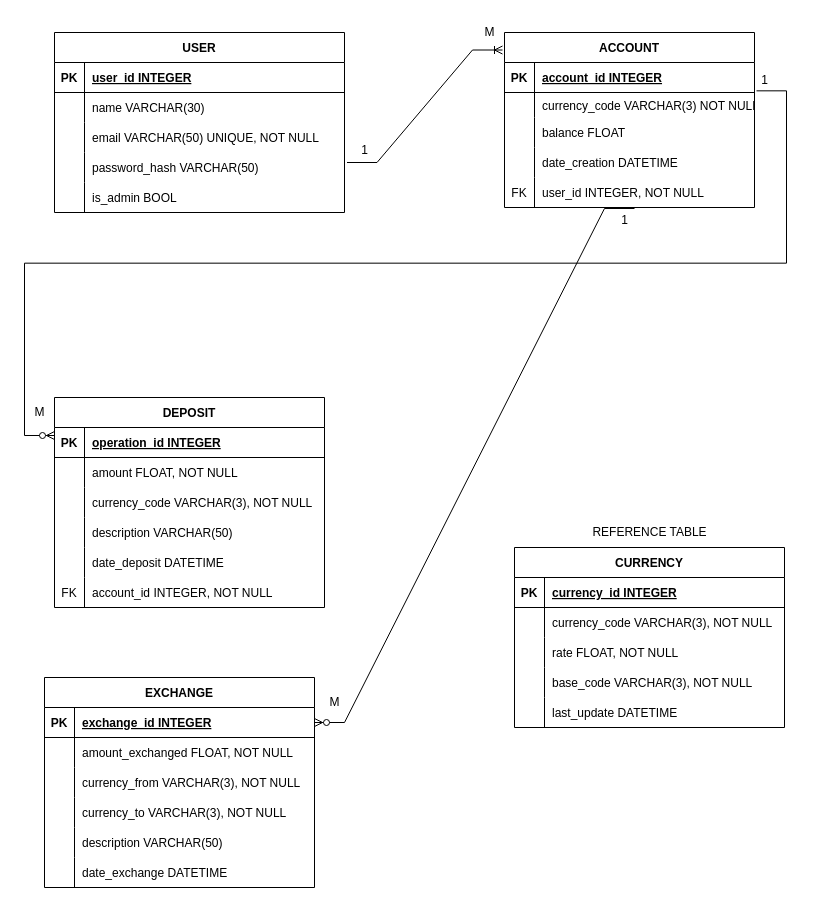
Earlier version of the draw.io diagram Currency_exchange.drawio (danilo90lan/API_Web_Server_Currency_Exchange). Source tidied: cells renumbered, new cells numbered last; positions are measured from the earlier drawing's top-left corner, leaving out a move shared by most shapes. Both pictures are drawn from the tidied source at 100%, with x=0, y=0 at pixel (24, 17).
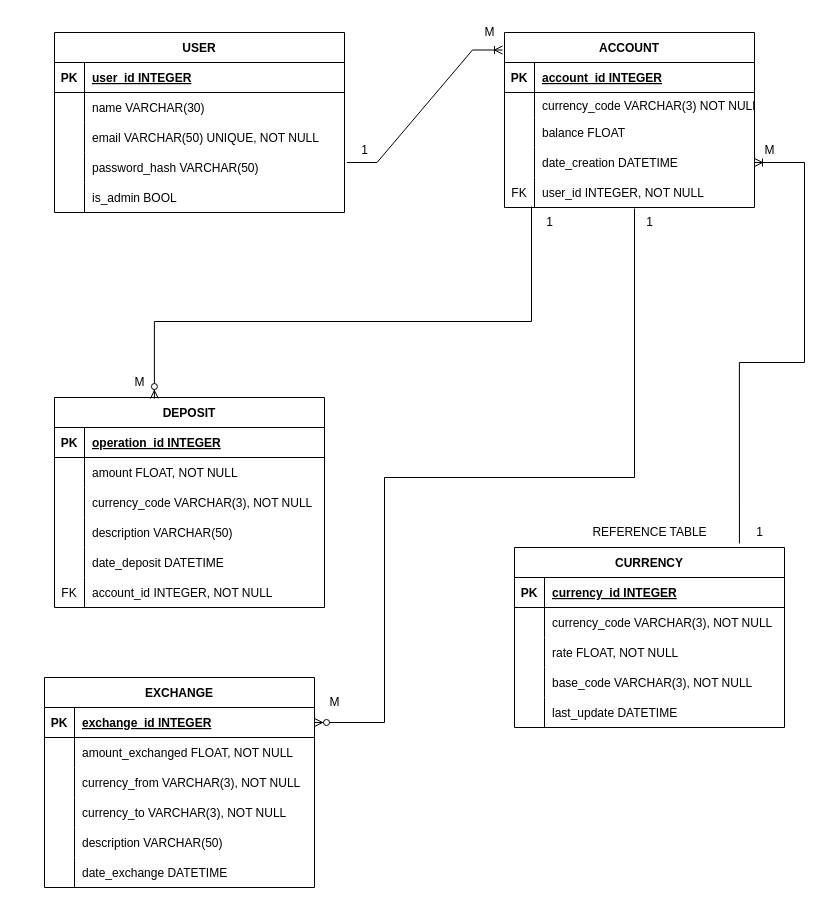
After the change.

The change refers to these unchanged cells:
```xml
<mxCell id="22" style="shape=partialRectangle;fillColor=none;points=[[0,0.5],[1,0.5]];portConstraint=eastwest;top=0;left=0;right=0;bottom=0;" parent="18" vertex="1">
  <mxGeometry y="60" width="250" height="25" as="geometry" />
</mxCell>
<mxCell id="28" style="shape=partialRectangle;fillColor=none;points=[[0,0.5],[1,0.5]];portConstraint=eastwest;top=0;left=0;right=0;bottom=0;" parent="18" vertex="1">
  <mxGeometry y="115" width="250" height="30" as="geometry" />
</mxCell>
<mxCell id="31" style="shape=partialRectangle;fillColor=none;points=[[0,0.5],[1,0.5]];portConstraint=eastwest;top=0;left=0;right=0;bottom=0;" parent="18" vertex="1">
  <mxGeometry y="145" width="250" height="30" as="geometry" />
</mxCell>
<mxCell id="34" value="DEPOSIT" style="shape=table;startSize=30;childLayout=tableLayout;rowLines=0;fontStyle=1;align=center;" parent="1" vertex="1">
  <mxGeometry x="30" y="380" width="270" height="210" as="geometry" />
</mxCell>
<mxCell id="54" style="shape=partialRectangle;fillColor=none;points=[[0,0.5],[1,0.5]];portConstraint=eastwest;top=0;left=0;right=0;bottom=1;" parent="53" vertex="1">
  <mxGeometry y="30" width="270" height="30" as="geometry" />
</mxCell>
<mxCell id="78" value="CURRENCY" style="shape=table;startSize=30;childLayout=tableLayout;rowLines=0;fontStyle=1;align=center;" parent="1" vertex="1">
  <mxGeometry x="490" y="530" width="270" height="180" as="geometry" />
</mxCell>
```

Diff of the diagram source:
```diff
@@
-    <mxCell id="73" style="edgeStyle=entityRelationEdgeStyle;fontSize=12;html=1;endArrow=ERzeroToMany;endFill=1;rounded=0;exitX=1.008;exitY=-0.067;exitDx=0;exitDy=0;exitPerimeter=0;" parent="1" edge="1" source="22">
+    <mxCell id="73" style="edgeStyle=orthogonalEdgeStyle;fontSize=12;html=1;endArrow=ERzeroToMany;endFill=1;rounded=0;exitX=0.108;exitY=0.967;exitDx=0;exitDy=0;exitPerimeter=0;entryX=0.37;entryY=0.005;entryDx=0;entryDy=0;entryPerimeter=0;" parent="1" edge="1" source="31" target="34">
       <mxGeometry relative="1" as="geometry">
-        <mxPoint x="30" y="418" as="targetPoint" />
         <Array as="points">
-          <mxPoint x="480" y="93" />
-          <mxPoint x="450" y="193" />
+          <mxPoint x="507" y="304" />
+          <mxPoint x="130" y="304" />
         </Array>
       </mxGeometry>
     </mxCell>
@@
     <mxCell id="76" value="M" style="text;html=1;align=center;verticalAlign=middle;strokeColor=none;fillColor=none;" parent="1" vertex="1">
-      <mxGeometry y="380" width="30" height="30" as="geometry" />
+      <mxGeometry x="100" y="350" width="30" height="30" as="geometry" />
     </mxCell>
     <mxCell id="77" value="1" style="text;html=1;align=center;verticalAlign=middle;strokeColor=none;fillColor=none;" parent="1" vertex="1">
-      <mxGeometry x="725" y="48" width="30" height="30" as="geometry" />
+      <mxGeometry x="510" y="190" width="30" height="30" as="geometry" />
     </mxCell>
@@
-    <mxCell id="95" style="edgeStyle=entityRelationEdgeStyle;fontSize=12;html=1;endArrow=ERzeroToMany;endFill=1;rounded=0;entryX=1;entryY=0.5;entryDx=0;entryDy=0;exitX=0.52;exitY=1.033;exitDx=0;exitDy=0;exitPerimeter=0;" parent="1" edge="1" source="31" target="54">
+    <mxCell id="95" style="edgeStyle=orthogonalEdgeStyle;fontSize=12;html=1;endArrow=ERzeroToMany;endFill=1;rounded=0;entryX=1;entryY=0.5;entryDx=0;entryDy=0;exitX=0.52;exitY=1.033;exitDx=0;exitDy=0;exitPerimeter=0;" parent="1" edge="1" source="31" target="54">
       <mxGeometry relative="1" as="geometry">
         <Array as="points">
-          <mxPoint x="900" y="90" />
-          <mxPoint x="870" y="190" />
+          <mxPoint x="610" y="460" />
+          <mxPoint x="360" y="460" />
+          <mxPoint x="360" y="705" />
         </Array>
       </mxGeometry>
     </mxCell>
     <mxCell id="96" value="1" style="text;html=1;align=center;verticalAlign=middle;strokeColor=none;fillColor=none;" parent="1" vertex="1">
-      <mxGeometry x="585" y="188" width="30" height="30" as="geometry" />
+      <mxGeometry x="610" y="190" width="30" height="30" as="geometry" />
     </mxCell>
@@
+    <mxCell id="98" style="edgeStyle=orthogonalEdgeStyle;fontSize=12;html=1;endArrow=ERoneToMany;rounded=0;exitX=0.833;exitY=-0.022;exitDx=0;exitDy=0;exitPerimeter=0;entryX=1;entryY=0.5;entryDx=0;entryDy=0;" parent="1" edge="1" source="78" target="28">
+      <mxGeometry relative="1" as="geometry">
+        <Array as="points">
+          <mxPoint x="715" y="345" />
+          <mxPoint x="780" y="345" />
+          <mxPoint x="780" y="145" />
+        </Array>
+      </mxGeometry>
+    </mxCell>
+    <mxCell id="99" value="M" style="text;html=1;align=center;verticalAlign=middle;strokeColor=none;fillColor=none;" parent="1" vertex="1">
+      <mxGeometry x="730" y="118" width="30" height="30" as="geometry" />
+    </mxCell>
+    <mxCell id="100" value="1" style="text;html=1;align=center;verticalAlign=middle;strokeColor=none;fillColor=none;" parent="1" vertex="1">
+      <mxGeometry x="720" y="500" width="30" height="30" as="geometry" />
+    </mxCell>
```
